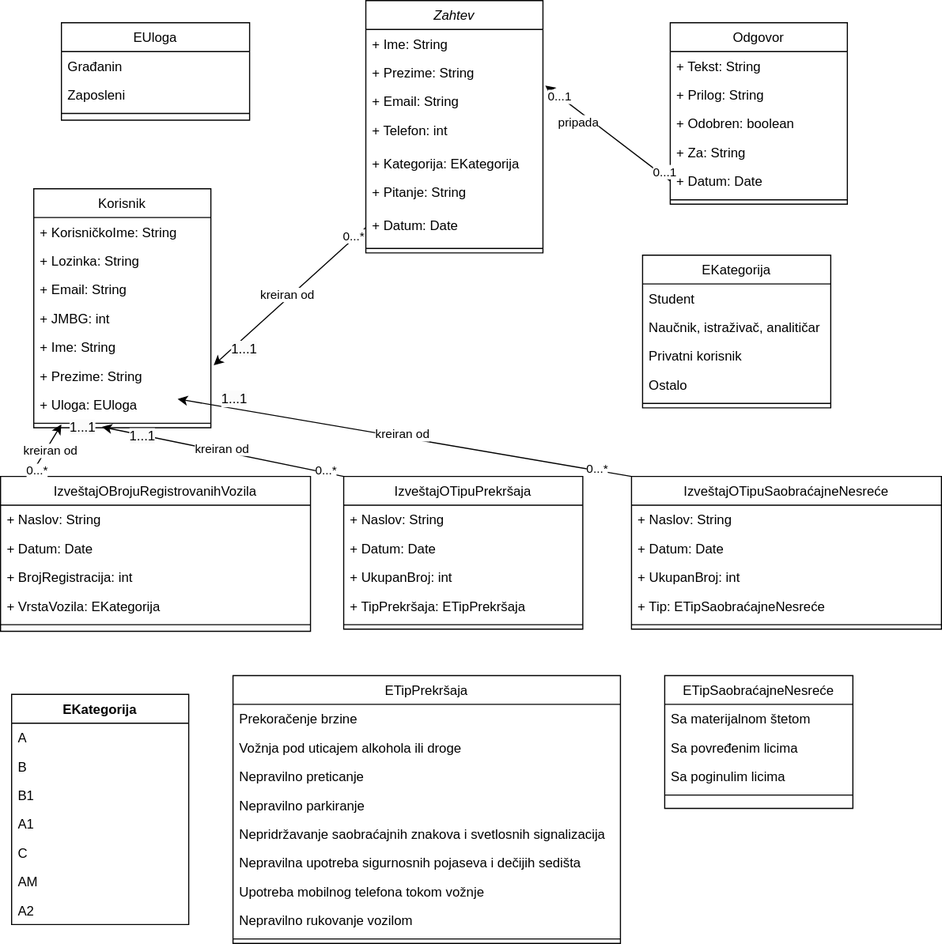
Above: Diagrams/ZavodZaStatistiku_ClassDiagram.svg in anna02272/EGovernment (draw.io), before the change. Source tidied: cells renumbered, new cells last; positions are measured from the earlier drawing's top-left corner, leaving out a move shared by most shapes.
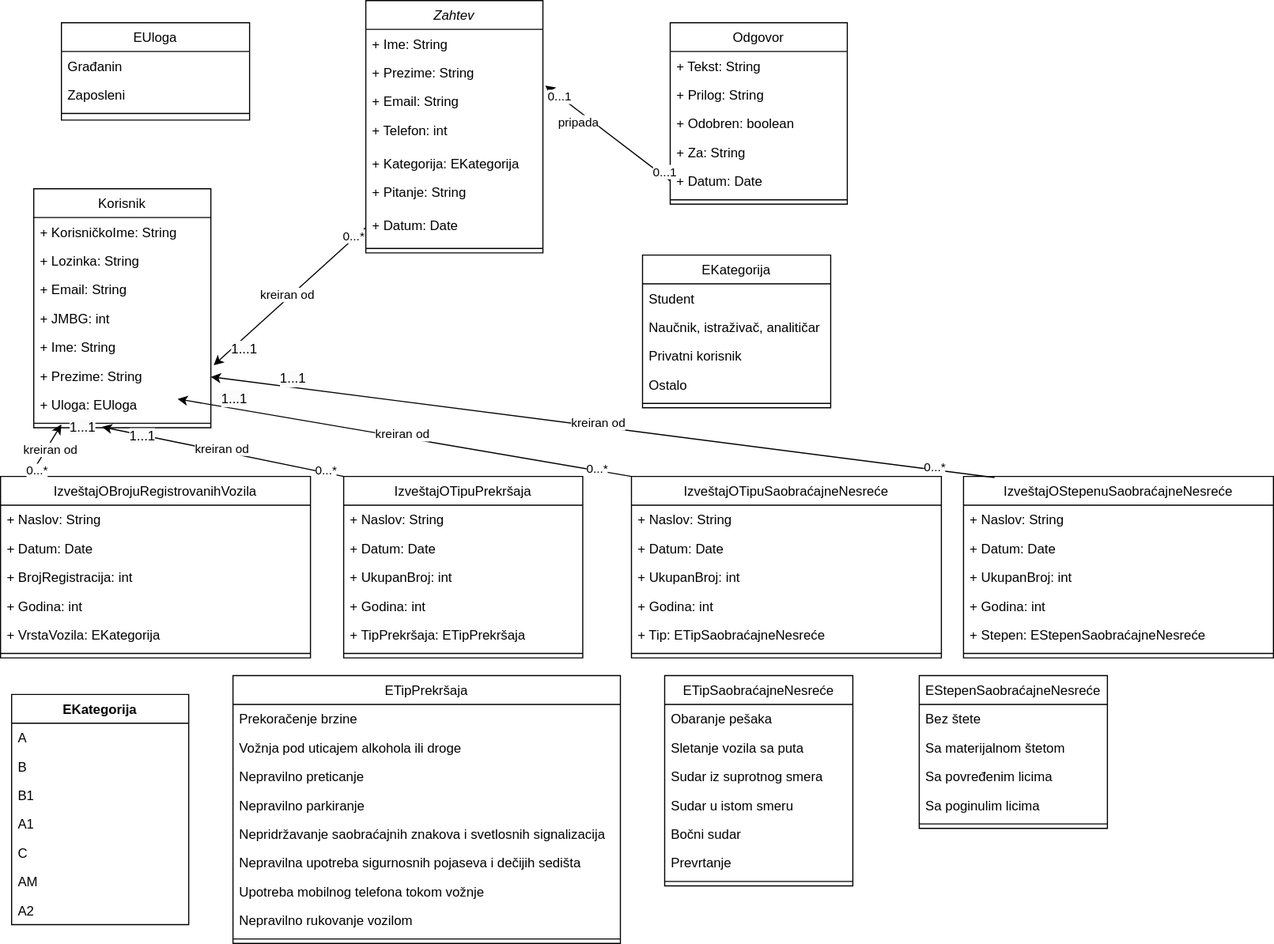
Above is the later version.

Diff of the diagram source:
```diff
@@ -108,7 +108,7 @@
       <mxGeometry y="78" width="170" height="8" as="geometry" />
     </mxCell>
     <mxCell id="37" value="IzveštajOBrojuRegistrovanihVozila" style="swimlane;fontStyle=0;align=center;verticalAlign=top;horizontal=1;startSize=26;rounded=0;shadow=0;strokeWidth=1;" parent="1" vertex="1">
-      <mxGeometry y="430" width="280" height="140" as="geometry" />
+      <mxGeometry y="430" width="280" height="164" as="geometry" />
     </mxCell>
     <mxCell id="38" value="+ Naslov: String" style="text;align=left;verticalAlign=top;spacingLeft=4;spacingRight=4;overflow=hidden;" parent="37" vertex="1">
       <mxGeometry y="26" width="280" height="26" as="geometry" />
@@ -119,14 +119,17 @@
     <mxCell id="40" value="+ BrojRegistracija: int" style="text;align=left;verticalAlign=top;spacingLeft=4;spacingRight=4;overflow=hidden;" parent="37" vertex="1">
       <mxGeometry y="78" width="280" height="26" as="geometry" />
     </mxCell>
+    <mxCell id="98" value="+ Godina: int" style="text;align=left;verticalAlign=top;spacingLeft=4;spacingRight=4;overflow=hidden;" parent="37" vertex="1">
+      <mxGeometry y="104" width="280" height="26" as="geometry" />
+    </mxCell>
     <mxCell id="41" value="+ VrstaVozila: EKategorija" style="text;align=left;verticalAlign=top;spacingLeft=4;spacingRight=4;overflow=hidden;" parent="37" vertex="1">
-      <mxGeometry y="104" width="280" height="26" as="geometry" />
+      <mxGeometry y="130" width="280" height="26" as="geometry" />
     </mxCell>
     <mxCell id="42" style="line;html=1;strokeWidth=1;align=left;verticalAlign=middle;spacingTop=-1;spacingLeft=3;spacingRight=3;labelPosition=right;" parent="37" vertex="1">
-      <mxGeometry y="130" width="280" height="8" as="geometry" />
+      <mxGeometry y="156" width="280" height="8" as="geometry" />
     </mxCell>
     <mxCell id="43" value="IzveštajOTipuSaobraćajneNesreće" style="swimlane;fontStyle=0;align=center;verticalAlign=top;horizontal=1;startSize=26;rounded=0;shadow=0;strokeWidth=1;" parent="1" vertex="1">
-      <mxGeometry x="570" y="430" width="280" height="138" as="geometry" />
+      <mxGeometry x="570" y="430" width="280" height="164" as="geometry" />
     </mxCell>
     <mxCell id="44" value="+ Naslov: String" style="text;align=left;verticalAlign=top;spacingLeft=4;spacingRight=4;overflow=hidden;" parent="43" vertex="1">
       <mxGeometry y="26" width="280" height="26" as="geometry" />
@@ -134,17 +137,20 @@
     <mxCell id="45" value="+ Datum: Date" style="text;align=left;verticalAlign=top;spacingLeft=4;spacingRight=4;overflow=hidden;" parent="43" vertex="1">
       <mxGeometry y="52" width="280" height="26" as="geometry" />
     </mxCell>
+    <mxCell id="99" value="+ UkupanBroj: int&#10;" style="text;align=left;verticalAlign=top;spacingLeft=4;spacingRight=4;overflow=hidden;" parent="43" vertex="1">
+      <mxGeometry y="78" width="280" height="26" as="geometry" />
+    </mxCell>
-    <mxCell id="46" value="+ UkupanBroj: int&#10;" style="text;align=left;verticalAlign=top;spacingLeft=4;spacingRight=4;overflow=hidden;" parent="43" vertex="1">
-      <mxGeometry y="78" width="280" height="26" as="geometry" />
+    <mxCell id="46" value="+ Godina: int&#10;" style="text;align=left;verticalAlign=top;spacingLeft=4;spacingRight=4;overflow=hidden;" parent="43" vertex="1">
+      <mxGeometry y="104" width="280" height="26" as="geometry" />
     </mxCell>
     <mxCell id="47" value="+ Tip: ETipSaobraćajneNesreće" style="text;align=left;verticalAlign=top;spacingLeft=4;spacingRight=4;overflow=hidden;" parent="43" vertex="1">
-      <mxGeometry y="104" width="280" height="26" as="geometry" />
+      <mxGeometry y="130" width="280" height="26" as="geometry" />
     </mxCell>
     <mxCell id="48" style="line;html=1;strokeWidth=1;align=left;verticalAlign=middle;spacingTop=-1;spacingLeft=3;spacingRight=3;labelPosition=right;" parent="43" vertex="1">
-      <mxGeometry y="130" width="280" height="8" as="geometry" />
+      <mxGeometry y="156" width="280" height="8" as="geometry" />
     </mxCell>
     <mxCell id="49" value="IzveštajOTipuPrekršaja" style="swimlane;fontStyle=0;align=center;verticalAlign=top;horizontal=1;startSize=26;rounded=0;shadow=0;strokeWidth=1;" parent="1" vertex="1">
-      <mxGeometry x="310" y="430" width="216" height="138" as="geometry" />
+      <mxGeometry x="310" y="430" width="216" height="164" as="geometry" />
     </mxCell>
     <mxCell id="50" value="+ Naslov: String" style="text;align=left;verticalAlign=top;spacingLeft=4;spacingRight=4;overflow=hidden;" parent="49" vertex="1">
       <mxGeometry y="26" width="216" height="26" as="geometry" />
@@ -155,26 +161,38 @@
     <mxCell id="52" value="+ UkupanBroj: int" style="text;align=left;verticalAlign=top;spacingLeft=4;spacingRight=4;overflow=hidden;" parent="49" vertex="1">
       <mxGeometry y="78" width="216" height="26" as="geometry" />
     </mxCell>
+    <mxCell id="100" value="+ Godina: int" style="text;align=left;verticalAlign=top;spacingLeft=4;spacingRight=4;overflow=hidden;" parent="49" vertex="1">
+      <mxGeometry y="104" width="216" height="26" as="geometry" />
+    </mxCell>
     <mxCell id="53" value="+ TipPrekršaja: ETipPrekršaja" style="text;align=left;verticalAlign=top;spacingLeft=4;spacingRight=4;overflow=hidden;" parent="49" vertex="1">
-      <mxGeometry y="104" width="216" height="26" as="geometry" />
+      <mxGeometry y="130" width="216" height="26" as="geometry" />
     </mxCell>
     <mxCell id="54" style="line;html=1;strokeWidth=1;align=left;verticalAlign=middle;spacingTop=-1;spacingLeft=3;spacingRight=3;labelPosition=right;" parent="49" vertex="1">
-      <mxGeometry y="130" width="216" height="8" as="geometry" />
+      <mxGeometry y="156" width="216" height="8" as="geometry" />
     </mxCell>
     <mxCell id="55" value="ETipSaobraćajneNesreće" style="swimlane;fontStyle=0;align=center;verticalAlign=top;horizontal=1;startSize=26;rounded=0;shadow=0;strokeWidth=1;" parent="1" vertex="1">
-      <mxGeometry x="600" y="610" width="170" height="120" as="geometry" />
+      <mxGeometry x="600" y="610" width="170" height="190" as="geometry" />
     </mxCell>
-    <mxCell id="56" value="Sa materijalnom štetom" style="text;align=left;verticalAlign=top;spacingLeft=4;spacingRight=4;overflow=hidden;" parent="55" vertex="1">
+    <mxCell id="56" value="Obaranje pešaka" style="text;align=left;verticalAlign=top;spacingLeft=4;spacingRight=4;overflow=hidden;" parent="55" vertex="1">
       <mxGeometry y="26" width="170" height="26" as="geometry" />
     </mxCell>
-    <mxCell id="57" value="Sa povređenim licima" style="text;align=left;verticalAlign=top;spacingLeft=4;spacingRight=4;overflow=hidden;" parent="55" vertex="1">
+    <mxCell id="57" value="Sletanje vozila sa puta" style="text;align=left;verticalAlign=top;spacingLeft=4;spacingRight=4;overflow=hidden;" parent="55" vertex="1">
       <mxGeometry y="52" width="170" height="26" as="geometry" />
     </mxCell>
-    <mxCell id="58" value="Sa poginulim licima&#10;" style="text;align=left;verticalAlign=top;spacingLeft=4;spacingRight=4;overflow=hidden;" parent="55" vertex="1">
+    <mxCell id="58" value="Sudar iz suprotnog smera&#10;" style="text;align=left;verticalAlign=top;spacingLeft=4;spacingRight=4;overflow=hidden;" parent="55" vertex="1">
       <mxGeometry y="78" width="170" height="26" as="geometry" />
     </mxCell>
+    <mxCell id="101" value="Sudar u istom smeru&#10;" style="text;align=left;verticalAlign=top;spacingLeft=4;spacingRight=4;overflow=hidden;" parent="55" vertex="1">
+      <mxGeometry y="104" width="170" height="26" as="geometry" />
+    </mxCell>
+    <mxCell id="102" value="Bočni sudar" style="text;align=left;verticalAlign=top;spacingLeft=4;spacingRight=4;overflow=hidden;" parent="55" vertex="1">
+      <mxGeometry y="130" width="170" height="26" as="geometry" />
+    </mxCell>
+    <mxCell id="103" value="Prevrtanje" style="text;align=left;verticalAlign=top;spacingLeft=4;spacingRight=4;overflow=hidden;" parent="55" vertex="1">
+      <mxGeometry y="156" width="170" height="26" as="geometry" />
+    </mxCell>
     <mxCell id="59" style="line;html=1;strokeWidth=1;align=left;verticalAlign=middle;spacingTop=-1;spacingLeft=3;spacingRight=3;labelPosition=right;" parent="55" vertex="1">
-      <mxGeometry y="104" width="170" height="8" as="geometry" />
+      <mxGeometry y="182" width="170" height="8" as="geometry" />
     </mxCell>
     <mxCell id="60" style="endArrow=classic;html=1;rounded=0;exitX=0;exitY=0.5;exitDx=0;exitDy=0;entryX=1.016;entryY=0.138;entryDx=0;entryDy=0;entryPerimeter=0;" parent="1" edge="1" source="9" target="17">
       <mxGeometry relative="1" as="geometry" />
@@ -304,5 +322,60 @@
     <mxCell id="97" value="A2" style="text;strokeColor=none;fillColor=none;align=left;verticalAlign=top;spacingLeft=4;spacingRight=4;overflow=hidden;whiteSpace=wrap;html=1;" parent="90" vertex="1">
       <mxGeometry y="182" width="160" height="26" as="geometry" />
     </mxCell>
+    <mxCell id="104" value="IzveštajOStepenuSaobraćajneNesreće" style="swimlane;fontStyle=0;align=center;verticalAlign=top;horizontal=1;startSize=26;rounded=0;shadow=0;strokeWidth=1;" parent="1" vertex="1">
+      <mxGeometry x="870" y="430" width="280" height="164" as="geometry" />
+    </mxCell>
+    <mxCell id="105" value="+ Naslov: String" style="text;align=left;verticalAlign=top;spacingLeft=4;spacingRight=4;overflow=hidden;" parent="104" vertex="1">
+      <mxGeometry y="26" width="280" height="26" as="geometry" />
+    </mxCell>
+    <mxCell id="106" value="+ Datum: Date" style="text;align=left;verticalAlign=top;spacingLeft=4;spacingRight=4;overflow=hidden;" parent="104" vertex="1">
+      <mxGeometry y="52" width="280" height="26" as="geometry" />
+    </mxCell>
+    <mxCell id="107" value="+ UkupanBroj: int&#10;" style="text;align=left;verticalAlign=top;spacingLeft=4;spacingRight=4;overflow=hidden;" parent="104" vertex="1">
+      <mxGeometry y="78" width="280" height="26" as="geometry" />
+    </mxCell>
+    <mxCell id="108" value="+ Godina: int&#10;" style="text;align=left;verticalAlign=top;spacingLeft=4;spacingRight=4;overflow=hidden;" parent="104" vertex="1">
+      <mxGeometry y="104" width="280" height="26" as="geometry" />
+    </mxCell>
+    <mxCell id="109" value="+ Stepen: EStepenSaobraćajneNesreće" style="text;align=left;verticalAlign=top;spacingLeft=4;spacingRight=4;overflow=hidden;" parent="104" vertex="1">
+      <mxGeometry y="130" width="280" height="26" as="geometry" />
+    </mxCell>
+    <mxCell id="110" style="line;html=1;strokeWidth=1;align=left;verticalAlign=middle;spacingTop=-1;spacingLeft=3;spacingRight=3;labelPosition=right;" parent="104" vertex="1">
+      <mxGeometry y="156" width="280" height="8" as="geometry" />
+    </mxCell>
+    <mxCell id="111" style="endArrow=classic;html=1;rounded=0;exitX=0.1;exitY=0.006;exitDx=0;exitDy=0;entryX=0.94;entryY=0.625;entryDx=0;entryDy=0;entryPerimeter=0;exitPerimeter=0;" parent="1" edge="1" source="104">
+      <mxGeometry relative="1" as="geometry">
+        <mxPoint x="190" y="340" as="targetPoint" />
+      </mxGeometry>
+    </mxCell>
+    <mxCell id="112" value="kreiran od" style="edgeLabel;html=1;align=center;verticalAlign=middle;" parent="111" vertex="1">
+      <mxGeometry x="0.01" y="-3" relative="1" as="geometry" />
+    </mxCell>
+    <mxCell id="113" value="0...*" style="edgeLabel;html=1;align=center;verticalAlign=middle;" parent="111" vertex="1">
+      <mxGeometry x="-0.85" y="-2" relative="1" as="geometry" />
+    </mxCell>
+    <mxCell id="114" value="&lt;span style=&quot;font-size: 12px; background-color: rgb(251, 251, 251);&quot;&gt;1...1&lt;/span&gt;" style="edgeLabel;html=1;align=center;verticalAlign=middle;" parent="111" vertex="1">
+      <mxGeometry x="0.84" y="-3" relative="1" as="geometry">
+        <mxPoint x="18" y="-3" as="offset" />
+      </mxGeometry>
+    </mxCell>
+    <mxCell id="115" value="EStepenSaobraćajneNesreće" style="swimlane;fontStyle=0;align=center;verticalAlign=top;horizontal=1;startSize=26;rounded=0;shadow=0;strokeWidth=1;" parent="1" vertex="1">
+      <mxGeometry x="830" y="610" width="170" height="138" as="geometry" />
+    </mxCell>
+    <mxCell id="116" value="Bez štete" style="text;align=left;verticalAlign=top;spacingLeft=4;spacingRight=4;overflow=hidden;" parent="115" vertex="1">
+      <mxGeometry y="26" width="170" height="26" as="geometry" />
+    </mxCell>
+    <mxCell id="117" value="Sa materijalnom štetom" style="text;align=left;verticalAlign=top;spacingLeft=4;spacingRight=4;overflow=hidden;" parent="115" vertex="1">
+      <mxGeometry y="52" width="170" height="26" as="geometry" />
+    </mxCell>
+    <mxCell id="118" value="Sa povređenim licima" style="text;align=left;verticalAlign=top;spacingLeft=4;spacingRight=4;overflow=hidden;" parent="115" vertex="1">
+      <mxGeometry y="78" width="170" height="26" as="geometry" />
+    </mxCell>
+    <mxCell id="119" value="Sa poginulim licima&#10;" style="text;align=left;verticalAlign=top;spacingLeft=4;spacingRight=4;overflow=hidden;" parent="115" vertex="1">
+      <mxGeometry y="104" width="170" height="26" as="geometry" />
+    </mxCell>
+    <mxCell id="120" style="line;html=1;strokeWidth=1;align=left;verticalAlign=middle;spacingTop=-1;spacingLeft=3;spacingRight=3;labelPosition=right;" parent="115" vertex="1">
+      <mxGeometry y="130" width="170" height="8" as="geometry" />
+    </mxCell>
   </root>
 </mxGraphModel>
```
